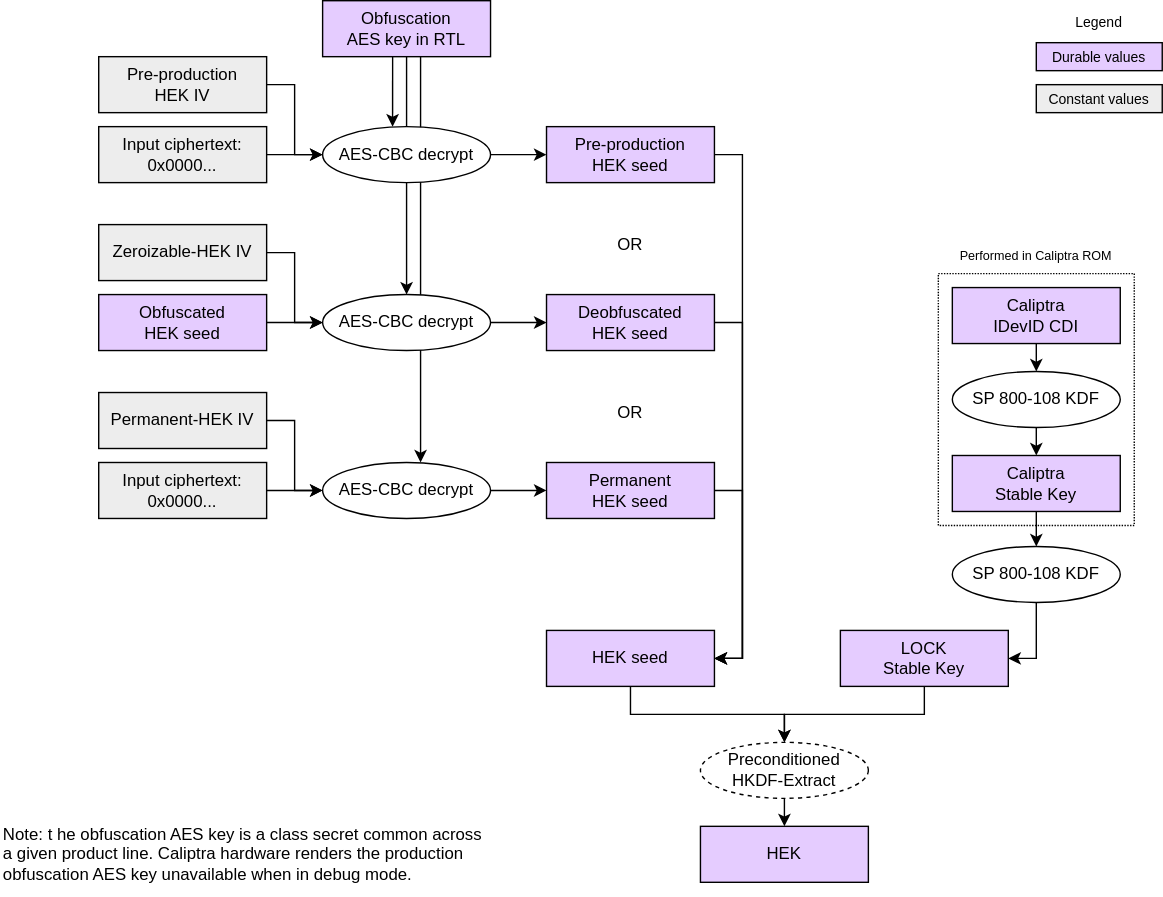
chipsalliance/Caliptra keeps this draw.io diagram as doc/ocp_lock/diagrams/hek_derivation.drawio.svg. Above is the earlier version. Source tidied: cells renumbered, new cells last; positions are measured from the earlier drawing's top-left corner, leaving out a move shared by most shapes.
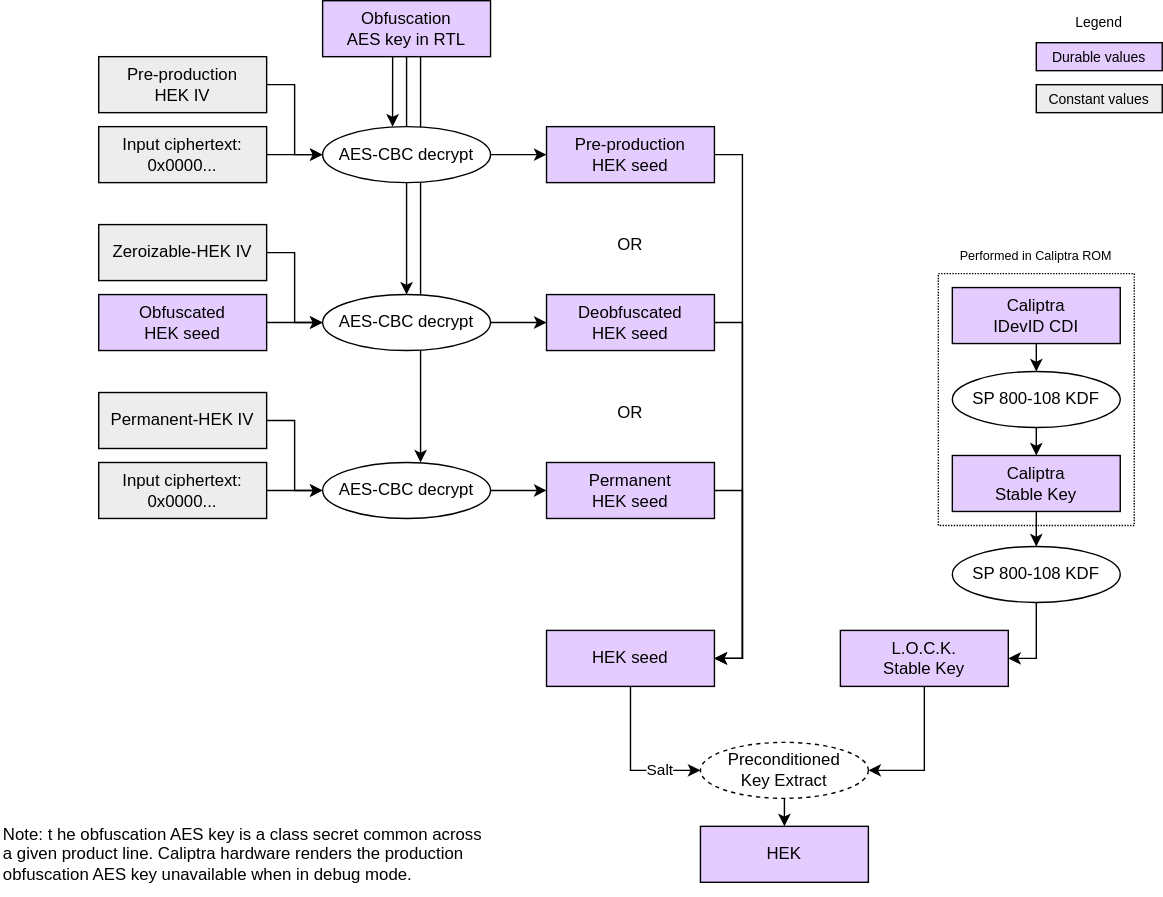
The same file after the commit.

Commit message:
Key derivation fixes.

What changed in the source:
```diff
@@ -103,9 +103,14 @@
     <mxCell id="33" value="OR" style="text;strokeColor=none;align=center;fillColor=none;html=1;verticalAlign=middle;whiteSpace=wrap;rounded=0;" parent="1" vertex="1">
       <mxGeometry x="430" y="280" width="40" height="30" as="geometry" />
     </mxCell>
-    <mxCell id="34" style="edgeStyle=orthogonalEdgeStyle;html=1;exitX=0.5;exitY=1;exitDx=0;exitDy=0;entryX=0.5;entryY=0;entryDx=0;entryDy=0;rounded=0;" parent="1" edge="1" source="35" target="40">
+    <mxCell id="34" style="edgeStyle=orthogonalEdgeStyle;html=1;exitX=0.5;exitY=1;exitDx=0;exitDy=0;entryX=0;entryY=0.5;entryDx=0;entryDy=0;rounded=0;" parent="1" edge="1" source="35" target="40">
       <mxGeometry relative="1" as="geometry" />
     </mxCell>
+    <mxCell id="53" value="Salt" style="edgeLabel;html=1;align=center;verticalAlign=middle;" parent="34" vertex="1">
+      <mxGeometry x="0.4" y="-1" relative="1" as="geometry">
+        <mxPoint x="3" y="-2" as="offset" />
+      </mxGeometry>
+    </mxCell>
     <mxCell id="35" value="&lt;div&gt;&lt;font color=&quot;#000000&quot;&gt;HEK seed&lt;/font&gt;&lt;/div&gt;" style="rounded=0;whiteSpace=wrap;html=1;align=center;verticalAlign=middle;shadow=0;glass=0;spacingLeft=0;spacingBottom=0;spacingTop=0;fillColor=#E5CCFF;" parent="1" vertex="1">
       <mxGeometry x="390" y="450" width="120" height="40" as="geometry" />
     </mxCell>
@@ -136,7 +141,7 @@
     <mxCell id="39" style="edgeStyle=none;html=1;exitX=0.5;exitY=1;exitDx=0;exitDy=0;entryX=0.5;entryY=0;entryDx=0;entryDy=0;" parent="1" edge="1" source="40" target="48">
       <mxGeometry relative="1" as="geometry" />
     </mxCell>
-    <mxCell id="40" value="Preconditioned&lt;div&gt;HKDF-Extract&lt;/div&gt;" style="ellipse;whiteSpace=wrap;html=1;fillColor=#FFFFFF;dashed=1;" parent="1" vertex="1">
+    <mxCell id="40" value="Preconditioned&lt;div&gt;Key Extract&lt;/div&gt;" style="ellipse;whiteSpace=wrap;html=1;fillColor=#FFFFFF;dashed=1;" parent="1" vertex="1">
       <mxGeometry x="500" y="530" width="120" height="40" as="geometry" />
     </mxCell>
     <mxCell id="41" style="html=1;exitX=0.5;exitY=1;exitDx=0;exitDy=0;entryX=0.5;entryY=0;entryDx=0;entryDy=0;rounded=0;" parent="1" edge="1" source="42" target="44">
@@ -151,7 +156,7 @@
     <mxCell id="44" value="SP 800-108 KDF" style="ellipse;whiteSpace=wrap;html=1;fillColor=#FFFFFF;" parent="1" vertex="1">
       <mxGeometry x="680" y="265" width="120" height="40" as="geometry" />
     </mxCell>
-    <mxCell id="45" style="edgeStyle=orthogonalEdgeStyle;html=1;exitX=0.5;exitY=1;exitDx=0;exitDy=0;entryX=0.5;entryY=0;entryDx=0;entryDy=0;rounded=0;" parent="1" edge="1" source="51" target="40">
+    <mxCell id="45" style="edgeStyle=orthogonalEdgeStyle;html=1;exitX=0.5;exitY=1;exitDx=0;exitDy=0;entryX=1;entryY=0.5;entryDx=0;entryDy=0;rounded=0;" parent="1" edge="1" source="51" target="40">
       <mxGeometry relative="1" as="geometry" />
     </mxCell>
     <mxCell id="46" style="edgeStyle=none;html=1;exitX=0.5;exitY=1;exitDx=0;exitDy=0;entryX=0.5;entryY=0;entryDx=0;entryDy=0;" parent="1" edge="1" source="47" target="50">
@@ -169,7 +174,7 @@
     <mxCell id="50" value="SP 800-108 KDF" style="ellipse;whiteSpace=wrap;html=1;fillColor=#FFFFFF;" parent="1" vertex="1">
       <mxGeometry x="680" y="390" width="120" height="40" as="geometry" />
     </mxCell>
-    <mxCell id="51" value="LOCK&lt;div&gt;Stable Key&lt;/div&gt;" style="rounded=0;whiteSpace=wrap;html=1;align=center;verticalAlign=middle;shadow=0;glass=0;spacingLeft=0;spacingBottom=0;spacingTop=0;fillColor=#E5CCFF;" parent="1" vertex="1">
+    <mxCell id="51" value="L.O.C.K.&lt;div&gt;Stable Key&lt;/div&gt;" style="rounded=0;whiteSpace=wrap;html=1;align=center;verticalAlign=middle;shadow=0;glass=0;spacingLeft=0;spacingBottom=0;spacingTop=0;fillColor=#E5CCFF;" parent="1" vertex="1">
       <mxGeometry x="600" y="450" width="120" height="40" as="geometry" />
     </mxCell>
     <mxCell id="52" value="Performed in Caliptra ROM" style="rounded=0;whiteSpace=wrap;html=1;fillColor=none;dashed=1;strokeColor=none;horizontal=1;verticalAlign=middle;dashPattern=1 2;spacingBottom=0;fontSize=9;align=center;" parent="1" vertex="1">
```
